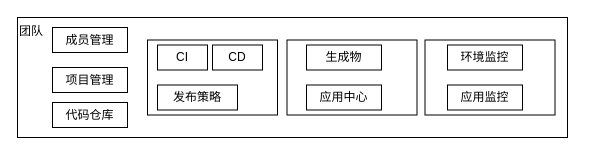
Above: raging一站式原生云平台整体架构图.drawio in guowenshuai/draw.io (draw.io), before the change. Source tidied: cells renumbered, new cells numbered last; positions are measured from the earlier drawing's top-left corner, leaving out a move shared by most shapes. Both pictures are drawn from the tidied source at 100%, with x=0, y=0 at pixel (17, 17).
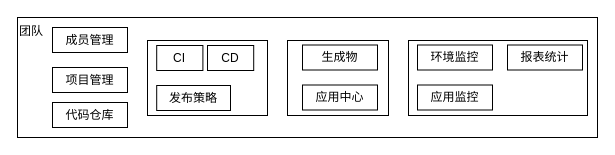
The same diagram, later.

Commit message (it also covers changes not shown here):
Update raging一站式原生云平台整体架构图.drawio

Diff of the diagram source:
```diff
@@
 <mxGraphModel>
   <root>
     <mxCell id="0" />
     <mxCell id="1" parent="0" />
     <mxCell id="2" value="团队" style="rounded=0;whiteSpace=wrap;html=1;align=left;horizontal=1;verticalAlign=top;" parent="1" vertex="1">
-      <mxGeometry width="550" height="120" as="geometry" />
+      <mxGeometry width="580" height="120" as="geometry" />
     </mxCell>
     <mxCell id="3" value="成员管理" style="rounded=0;whiteSpace=wrap;html=1;" parent="1" vertex="1">
       <mxGeometry x="35" y="10" width="75" height="25" as="geometry" />
     </mxCell>
     <mxCell id="4" value="代码仓库" style="rounded=0;whiteSpace=wrap;html=1;" parent="1" vertex="1">
       <mxGeometry x="35" y="85" width="75" height="25" as="geometry" />
     </mxCell>
     <mxCell id="5" value="项目管理" style="rounded=0;whiteSpace=wrap;html=1;" parent="1" vertex="1">
       <mxGeometry x="35" y="50" width="75" height="25" as="geometry" />
     </mxCell>
     <mxCell id="6" style="group;" parent="1" vertex="1">
-      <mxGeometry x="130" y="22.5" width="130" height="75" as="geometry" />
+      <mxGeometry x="130" y="23" width="120" height="75" as="geometry" />
     </mxCell>
     <mxCell id="7" style="rounded=0;whiteSpace=wrap;html=1;align=left;" parent="6" vertex="1">
-      <mxGeometry width="130" height="75" as="geometry" />
+      <mxGeometry width="120" height="75" as="geometry" />
     </mxCell>
     <mxCell id="8" value="发布策略" style="rounded=0;whiteSpace=wrap;html=1;" parent="6" vertex="1">
-      <mxGeometry x="10" y="45" width="80" height="25" as="geometry" />
+      <mxGeometry x="9.2" y="45" width="73.8" height="25" as="geometry" />
     </mxCell>
     <mxCell id="9" value="CI" style="rounded=0;whiteSpace=wrap;html=1;" parent="6" vertex="1">
-      <mxGeometry x="10" y="5" width="50" height="25" as="geometry" />
+      <mxGeometry x="9.2" y="5" width="46.2" height="25" as="geometry" />
     </mxCell>
     <mxCell id="10" value="CD" style="rounded=0;whiteSpace=wrap;html=1;" parent="6" vertex="1">
-      <mxGeometry x="65" y="5" width="50" height="25" as="geometry" />
+      <mxGeometry x="60" y="5" width="46.2" height="25" as="geometry" />
     </mxCell>
     <mxCell id="11" style="rounded=0;whiteSpace=wrap;html=1;align=left;" parent="1" vertex="1">
-      <mxGeometry x="269.5" y="22.5" width="130" height="75" as="geometry" />
+      <mxGeometry x="270" y="23" width="101" height="75" as="geometry" />
     </mxCell>
     <mxCell id="12" style="rounded=0;whiteSpace=wrap;html=1;align=left;" parent="1" vertex="1">
-      <mxGeometry x="407.5" y="22.5" width="130" height="75" as="geometry" />
+      <mxGeometry x="391" y="23" width="179" height="75" as="geometry" />
     </mxCell>
     <mxCell id="13" value="应用监控" style="rounded=0;whiteSpace=wrap;html=1;" parent="1" vertex="1">
-      <mxGeometry x="430" y="67.5" width="75" height="25" as="geometry" />
+      <mxGeometry x="400" y="67.5" width="75" height="25" as="geometry" />
     </mxCell>
     <mxCell id="14" value="环境监控" style="rounded=0;whiteSpace=wrap;html=1;" parent="1" vertex="1">
-      <mxGeometry x="430" y="27.5" width="75" height="25" as="geometry" />
+      <mxGeometry x="400" y="27.5" width="75" height="25" as="geometry" />
     </mxCell>
     <mxCell id="15" value="生成物" style="rounded=0;whiteSpace=wrap;html=1;" parent="1" vertex="1">
-      <mxGeometry x="289" y="27.5" width="75" height="25" as="geometry" />
+      <mxGeometry x="285" y="27.5" width="75" height="25" as="geometry" />
     </mxCell>
     <mxCell id="16" value="应用中心" style="rounded=0;whiteSpace=wrap;html=1;" parent="1" vertex="1">
-      <mxGeometry x="289" y="67.5" width="75" height="25" as="geometry" />
+      <mxGeometry x="285" y="67.5" width="75" height="25" as="geometry" />
     </mxCell>
+    <mxCell id="17" value="报表统计" style="rounded=0;whiteSpace=wrap;html=1;" parent="1" vertex="1">
+      <mxGeometry x="490" y="27.5" width="75" height="25" as="geometry" />
+    </mxCell>
   </root>
 </mxGraphModel>
```
